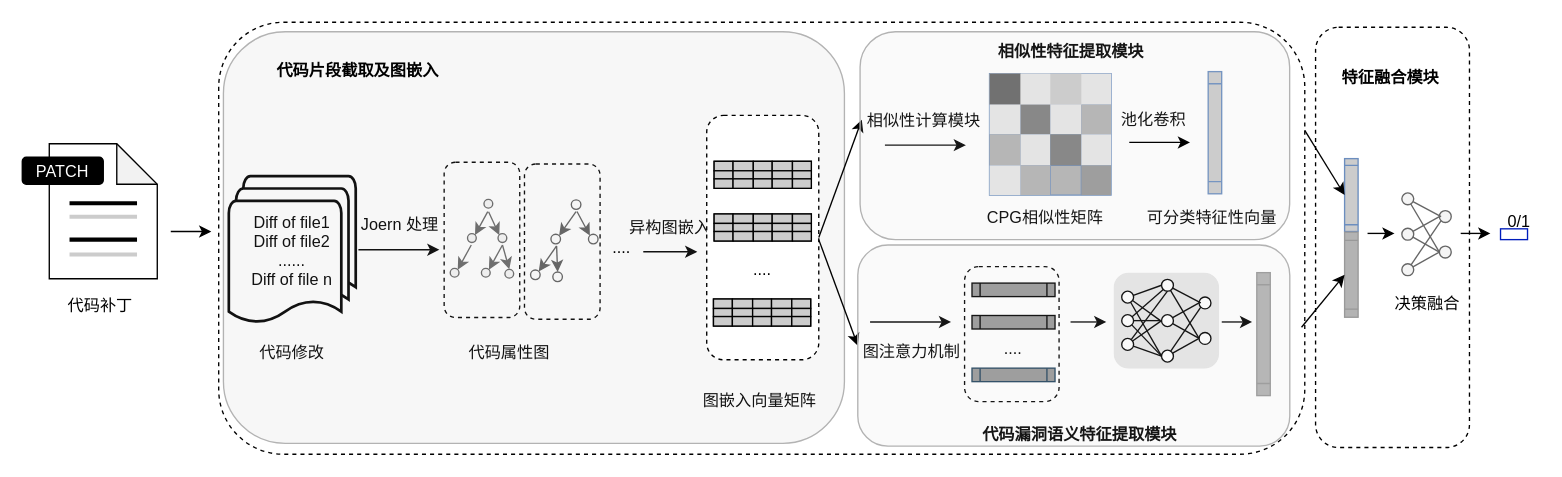
LxkdGithub/draw.io keeps this draw.io diagram as page "root" (2 of 7) of overview-tongxin.drawio. Above is the earlier version. Source tidied: cells renumbered, new cells numbered last; positions are measured from the earlier drawing's top-left corner, leaving out a move shared by most shapes. Both pictures are drawn from the tidied source at 135%, with x=0, y=0 at pixel (22, 22).
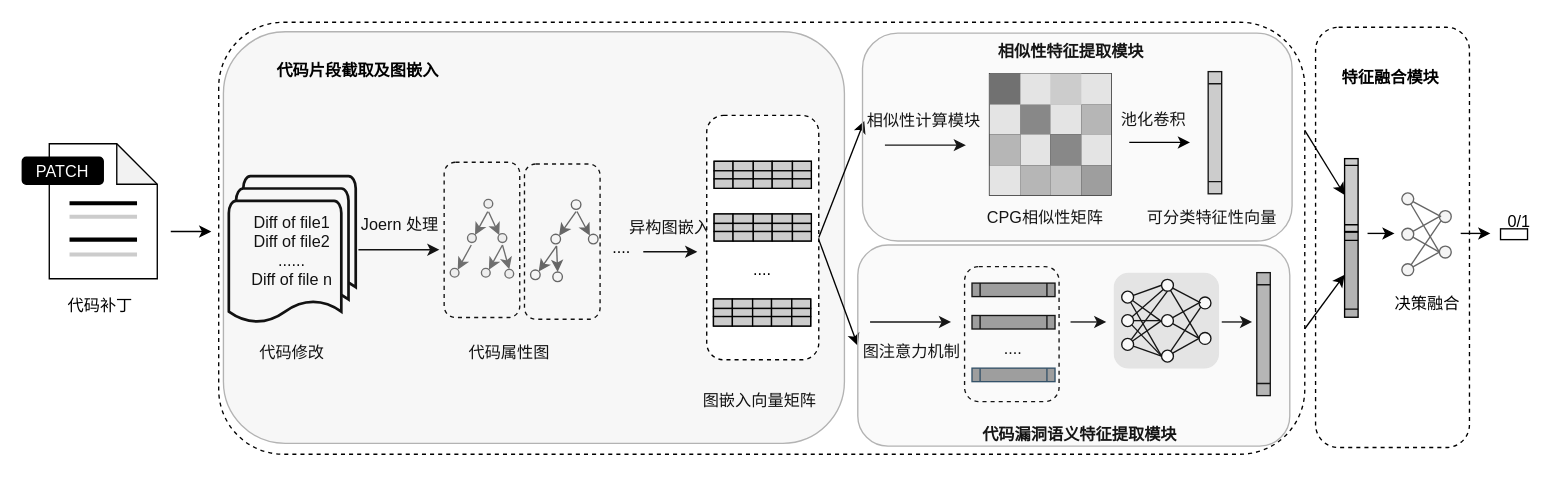
Above is the later version.

Unchanged cells that the change refers to:
```xml
<mxCell id="3" style="rounded=1;dashed=1;" parent="1" vertex="1">
  <mxGeometry x="145.5" width="804.5" height="320" as="geometry" />
</mxCell>
```

What changed in the source:
```diff
@@
-    <mxCell id="39" style="shape=process;backgroundOutline=1;rounded=0;rotation=90;fillColor=#CCCCCC;strokeColor=#6c8ebf;" parent="1" vertex="1">
+    <mxCell id="39" style="shape=process;backgroundOutline=1;rounded=0;rotation=90;fillColor=#CCCCCC;strokeColor=#000000;" parent="1" vertex="1">
       <mxGeometry x="838.2" y="76.8" width="90.5" height="10" as="geometry" />
     </mxCell>
-    <mxCell id="40" style="shape=process;backgroundOutline=1;rounded=0;rotation=90;fillColor=#CCCCCC;strokeColor=#6c8ebf;" parent="1" vertex="1">
+    <mxCell id="40" style="shape=process;backgroundOutline=1;rounded=0;rotation=90;fillColor=#CCCCCC;strokeColor=#000000;" parent="1" vertex="1">
       <mxGeometry x="957.5" y="123" width="54" height="10" as="geometry" />
     </mxCell>
-    <mxCell id="41" style="shape=process;backgroundOutline=1;rounded=0;rotation=90;fillColor=#B3B3B3;strokeColor=#999999;" parent="1" vertex="1">
+    <mxCell id="41" style="shape=process;backgroundOutline=1;rounded=0;rotation=90;fillColor=#B3B3B3;strokeColor=#000000;" parent="1" vertex="1">
       <mxGeometry x="953" y="182" width="63" height="10" as="geometry" />
     </mxCell>
-    <mxCell id="42" style="endArrow=classic;rounded=0;entryX=0.5;entryY=1;entryDx=0;entryDy=0;exitX=0.997;exitY=0.706;exitDx=0;exitDy=0;exitPerimeter=0;" parent="1" edge="1" source="3" target="41">
-      <mxGeometry relative="1" as="geometry" />
+    <mxCell id="42" style="endArrow=classic;rounded=0;entryX=0.5;entryY=1;entryDx=0;entryDy=0;strokeColor=#000000;" parent="1" edge="1" target="41">
+      <mxGeometry relative="1" as="geometry">
+        <mxPoint x="950" y="227" as="sourcePoint" />
+      </mxGeometry>
     </mxCell>
@@
-    <mxCell id="45" style="rounded=0;fillColor=none;fontColor=#ffffff;strokeColor=#001DBC;" parent="1" vertex="1">
+    <mxCell id="45" style="rounded=0;fillColor=none;fontColor=#ffffff;strokeColor=#000000;" parent="1" vertex="1">
       <mxGeometry x="1095" y="153" width="20" height="8" as="geometry" />
     </mxCell>
@@
-    <mxCell id="47" style="shape=table;startSize=0;childLayout=tableLayout;fontSize=16;fillColor=#B3B3B3;strokeColor=#6c8ebf;" parent="1" vertex="1">
+    <mxCell id="47" style="shape=table;startSize=0;childLayout=tableLayout;fontSize=16;fillColor=#B3B3B3;strokeColor=#000000;" parent="1" vertex="1">
       <mxGeometry x="716.5" y="38" width="90" height="90" as="geometry" />
     </mxCell>
-    <mxCell id="48" style="shape=tableRow;horizontal=0;startSize=0;swimlaneHead=0;swimlaneBody=0;strokeColor=#666666;top=0;left=0;bottom=0;right=0;fillColor=#E6E6E6;fontSize=16;fontColor=#333333;" parent="47" vertex="1">
+    <mxCell id="48" style="shape=tableRow;horizontal=0;startSize=0;swimlaneHead=0;swimlaneBody=0;strokeColor=#000000;top=0;left=0;bottom=0;right=0;fillColor=#E6E6E6;fontSize=16;fontColor=#333333;" parent="47" vertex="1">
       <mxGeometry width="90" height="23" as="geometry" />
     </mxCell>
-    <mxCell id="49" style="shape=partialRectangle;strokeColor=#6c8ebf;overflow=hidden;fillColor=#666666;top=0;left=0;bottom=0;right=0;fontSize=16;shadow=0;" parent="48" vertex="1">
+    <mxCell id="49" style="shape=partialRectangle;strokeColor=#000000;overflow=hidden;fillColor=#666666;top=0;left=0;bottom=0;right=0;fontSize=16;shadow=0;" parent="48" vertex="1">
       <mxGeometry width="23" height="23" as="geometry" />
     </mxCell>
-    <mxCell id="50" style="shape=partialRectangle;strokeColor=#666666;overflow=hidden;fillColor=#E6E6E6;top=0;left=0;bottom=0;right=0;fontSize=16;fontColor=#333333;" parent="48" vertex="1">
+    <mxCell id="50" style="shape=partialRectangle;strokeColor=#000000;overflow=hidden;fillColor=#E6E6E6;top=0;left=0;bottom=0;right=0;fontSize=16;fontColor=#333333;" parent="48" vertex="1">
       <mxGeometry x="23" width="22" height="23" as="geometry" />
     </mxCell>
-    <mxCell id="51" style="shape=partialRectangle;strokeColor=inherit;overflow=hidden;fillColor=#CCCCCC;top=0;left=0;bottom=0;right=0;fontSize=16;" parent="48" vertex="1">
+    <mxCell id="51" style="shape=partialRectangle;strokeColor=#000000;overflow=hidden;fillColor=#CCCCCC;top=0;left=0;bottom=0;right=0;fontSize=16;" parent="48" vertex="1">
       <mxGeometry x="45" width="23" height="23" as="geometry" />
     </mxCell>
-    <mxCell id="52" style="shape=partialRectangle;strokeColor=inherit;overflow=hidden;fillColor=none;top=0;left=0;bottom=0;right=0;fontSize=16;" parent="48" vertex="1">
+    <mxCell id="52" style="shape=partialRectangle;strokeColor=#000000;overflow=hidden;fillColor=none;top=0;left=0;bottom=0;right=0;fontSize=16;" parent="48" vertex="1">
       <mxGeometry x="68" width="22" height="23" as="geometry" />
     </mxCell>
-    <mxCell id="53" style="shape=tableRow;horizontal=0;startSize=0;swimlaneHead=0;swimlaneBody=0;strokeColor=inherit;top=0;left=0;bottom=0;right=0;fillColor=none;fontSize=16;" parent="47" vertex="1">
+    <mxCell id="53" style="shape=tableRow;horizontal=0;startSize=0;swimlaneHead=0;swimlaneBody=0;strokeColor=#000000;top=0;left=0;bottom=0;right=0;fillColor=none;fontSize=16;" parent="47" vertex="1">
       <mxGeometry y="23" width="90" height="22" as="geometry" />
     </mxCell>
-    <mxCell id="54" style="shape=partialRectangle;strokeColor=#666666;overflow=hidden;fillColor=#E6E6E6;top=0;left=0;bottom=0;right=0;fontSize=16;fontColor=#333333;" parent="53" vertex="1">
+    <mxCell id="54" style="shape=partialRectangle;strokeColor=#000000;overflow=hidden;fillColor=#E6E6E6;top=0;left=0;bottom=0;right=0;fontSize=16;fontColor=#333333;" parent="53" vertex="1">
       <mxGeometry width="23" height="22" as="geometry" />
     </mxCell>
-    <mxCell id="55" style="shape=partialRectangle;strokeColor=inherit;overflow=hidden;fillColor=#808080;top=0;left=0;bottom=0;right=0;fontSize=16;" parent="53" vertex="1">
+    <mxCell id="55" style="shape=partialRectangle;strokeColor=#000000;overflow=hidden;fillColor=#808080;top=0;left=0;bottom=0;right=0;fontSize=16;" parent="53" vertex="1">
       <mxGeometry x="23" width="22" height="22" as="geometry" />
     </mxCell>
-    <mxCell id="56" style="shape=partialRectangle;strokeColor=#666666;overflow=hidden;fillColor=#E6E6E6;top=0;left=0;bottom=0;right=0;fontSize=16;fontColor=#333333;" parent="53" vertex="1">
+    <mxCell id="56" style="shape=partialRectangle;strokeColor=#000000;overflow=hidden;fillColor=#E6E6E6;top=0;left=0;bottom=0;right=0;fontSize=16;fontColor=#333333;" parent="53" vertex="1">
       <mxGeometry x="45" width="23" height="22" as="geometry" />
     </mxCell>
-    <mxCell id="57" style="shape=partialRectangle;strokeColor=#23445d;overflow=hidden;fillColor=#B3B3B3;top=0;left=0;bottom=0;right=0;fontSize=16;" parent="53" vertex="1">
+    <mxCell id="57" style="shape=partialRectangle;strokeColor=#000000;overflow=hidden;fillColor=#B3B3B3;top=0;left=0;bottom=0;right=0;fontSize=16;" parent="53" vertex="1">
       <mxGeometry x="68" width="22" height="22" as="geometry" />
     </mxCell>
-    <mxCell id="58" style="shape=tableRow;horizontal=0;startSize=0;swimlaneHead=0;swimlaneBody=0;strokeColor=inherit;top=0;left=0;bottom=0;right=0;fillColor=none;fontSize=16;" parent="47" vertex="1">
+    <mxCell id="58" style="shape=tableRow;horizontal=0;startSize=0;swimlaneHead=0;swimlaneBody=0;strokeColor=#000000;top=0;left=0;bottom=0;right=0;fillColor=none;fontSize=16;" parent="47" vertex="1">
       <mxGeometry y="45" width="90" height="23" as="geometry" />
     </mxCell>
-    <mxCell id="59" style="shape=partialRectangle;strokeColor=#666666;overflow=hidden;fillColor=#B3B3B3;top=0;left=0;bottom=0;right=0;fontSize=16;fontColor=#333333;" parent="58" vertex="1">
+    <mxCell id="59" style="shape=partialRectangle;strokeColor=#000000;overflow=hidden;fillColor=#B3B3B3;top=0;left=0;bottom=0;right=0;fontSize=16;fontColor=#333333;" parent="58" vertex="1">
       <mxGeometry width="23" height="23" as="geometry" />
     </mxCell>
-    <mxCell id="60" style="shape=partialRectangle;strokeColor=#666666;overflow=hidden;fillColor=#E6E6E6;top=0;left=0;bottom=0;right=0;fontSize=16;fontColor=#333333;" parent="58" vertex="1">
+    <mxCell id="60" style="shape=partialRectangle;strokeColor=#000000;overflow=hidden;fillColor=#E6E6E6;top=0;left=0;bottom=0;right=0;fontSize=16;fontColor=#333333;" parent="58" vertex="1">
       <mxGeometry x="23" width="22" height="23" as="geometry" />
     </mxCell>
-    <mxCell id="61" style="shape=partialRectangle;strokeColor=inherit;overflow=hidden;fillColor=#808080;top=0;left=0;bottom=0;right=0;fontSize=16;" parent="58" vertex="1">
+    <mxCell id="61" style="shape=partialRectangle;strokeColor=#000000;overflow=hidden;fillColor=#808080;top=0;left=0;bottom=0;right=0;fontSize=16;" parent="58" vertex="1">
       <mxGeometry x="45" width="23" height="23" as="geometry" />
     </mxCell>
-    <mxCell id="62" style="shape=partialRectangle;strokeColor=#666666;overflow=hidden;fillColor=#E6E6E6;top=0;left=0;bottom=0;right=0;fontSize=16;fontColor=#333333;" parent="58" vertex="1">
+    <mxCell id="62" style="shape=partialRectangle;strokeColor=#000000;overflow=hidden;fillColor=#E6E6E6;top=0;left=0;bottom=0;right=0;fontSize=16;fontColor=#333333;" parent="58" vertex="1">
       <mxGeometry x="68" width="22" height="23" as="geometry" />
     </mxCell>
-    <mxCell id="63" style="shape=tableRow;horizontal=0;startSize=0;swimlaneHead=0;swimlaneBody=0;strokeColor=inherit;top=0;left=0;bottom=0;right=0;fillColor=none;fontSize=16;" parent="47" vertex="1">
+    <mxCell id="63" style="shape=tableRow;horizontal=0;startSize=0;swimlaneHead=0;swimlaneBody=0;strokeColor=#000000;top=0;left=0;bottom=0;right=0;fillColor=none;fontSize=16;" parent="47" vertex="1">
       <mxGeometry y="68" width="90" height="22" as="geometry" />
     </mxCell>
-    <mxCell id="64" style="shape=partialRectangle;strokeColor=#6c8ebf;overflow=hidden;fillColor=#E6E6E6;top=0;left=0;bottom=0;right=0;fontSize=16;" parent="63" vertex="1">
+    <mxCell id="64" style="shape=partialRectangle;strokeColor=#000000;overflow=hidden;fillColor=#E6E6E6;top=0;left=0;bottom=0;right=0;fontSize=16;" parent="63" vertex="1">
       <mxGeometry width="23" height="22" as="geometry" />
     </mxCell>
-    <mxCell id="65" style="shape=partialRectangle;strokeColor=inherit;overflow=hidden;fillColor=#B3B3B3;top=0;left=0;bottom=0;right=0;fontSize=16;" parent="63" vertex="1">
+    <mxCell id="65" style="shape=partialRectangle;strokeColor=#000000;overflow=hidden;fillColor=#B3B3B3;top=0;left=0;bottom=0;right=0;fontSize=16;" parent="63" vertex="1">
       <mxGeometry x="23" width="22" height="22" as="geometry" />
     </mxCell>
-    <mxCell id="66" style="shape=partialRectangle;strokeColor=inherit;overflow=hidden;fillColor=none;top=0;left=0;bottom=0;right=0;fontSize=16;" parent="63" vertex="1">
+    <mxCell id="66" style="shape=partialRectangle;strokeColor=default;overflow=hidden;fillColor=#c0c0c0;top=0;left=0;bottom=0;right=0;fontSize=16;" parent="63" vertex="1">
       <mxGeometry x="45" width="23" height="22" as="geometry" />
     </mxCell>
-    <mxCell id="67" style="shape=partialRectangle;strokeColor=inherit;overflow=hidden;fillColor=#999999;top=0;left=0;bottom=0;right=0;fontSize=16;" parent="63" vertex="1">
+    <mxCell id="67" style="shape=partialRectangle;strokeColor=#000000;overflow=hidden;fillColor=#999999;top=0;left=0;bottom=0;right=0;fontSize=16;" parent="63" vertex="1">
       <mxGeometry x="68" width="22" height="22" as="geometry" />
     </mxCell>
@@
-    <mxCell id="132" style="shape=process;backgroundOutline=1;fillColor=#B3B3B3;strokeColor=#999999;rotation=90;" parent="1" vertex="1">
+    <mxCell id="132" style="shape=process;backgroundOutline=1;fillColor=#B3B3B3;strokeColor=#000000;rotation=90;" parent="1" vertex="1">
       <mxGeometry x="873.9" y="226" width="91.1" height="10" as="geometry" />
     </mxCell>
@@
     <mxCell id="193" style="rounded=1;fillOpacity=10;fillColor=#CCCCCC;strokeColor=#B3B3B3;fontColor=#ffffff;arcSize=17;" parent="1" vertex="1">
-      <mxGeometry x="620.6" y="7" width="318.2" height="154" as="geometry" />
+      <mxGeometry x="622.4" y="8" width="318.2" height="154" as="geometry" />
     </mxCell>
```
